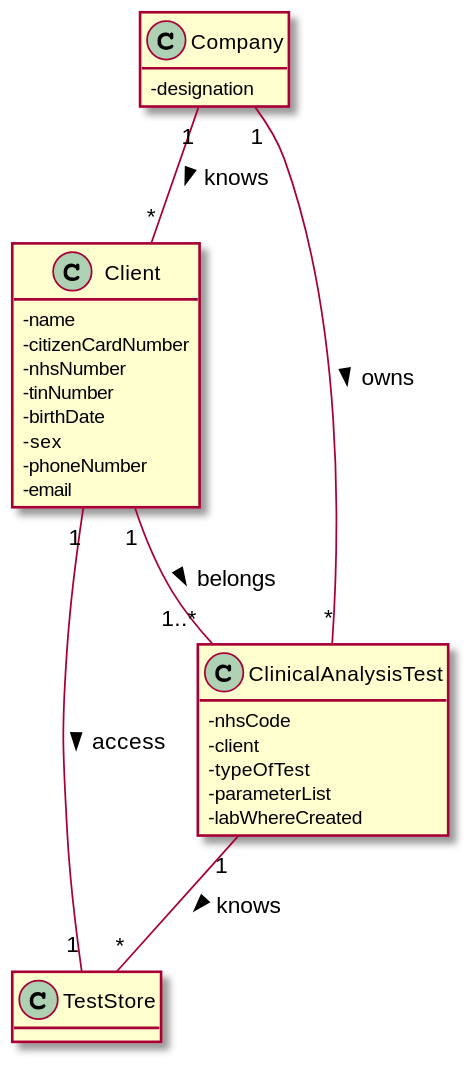
Above: docs/SprintD/US1/UC1_MD.svg in GuilhermeCunha79/lapr2 (PlantUML), before the change.
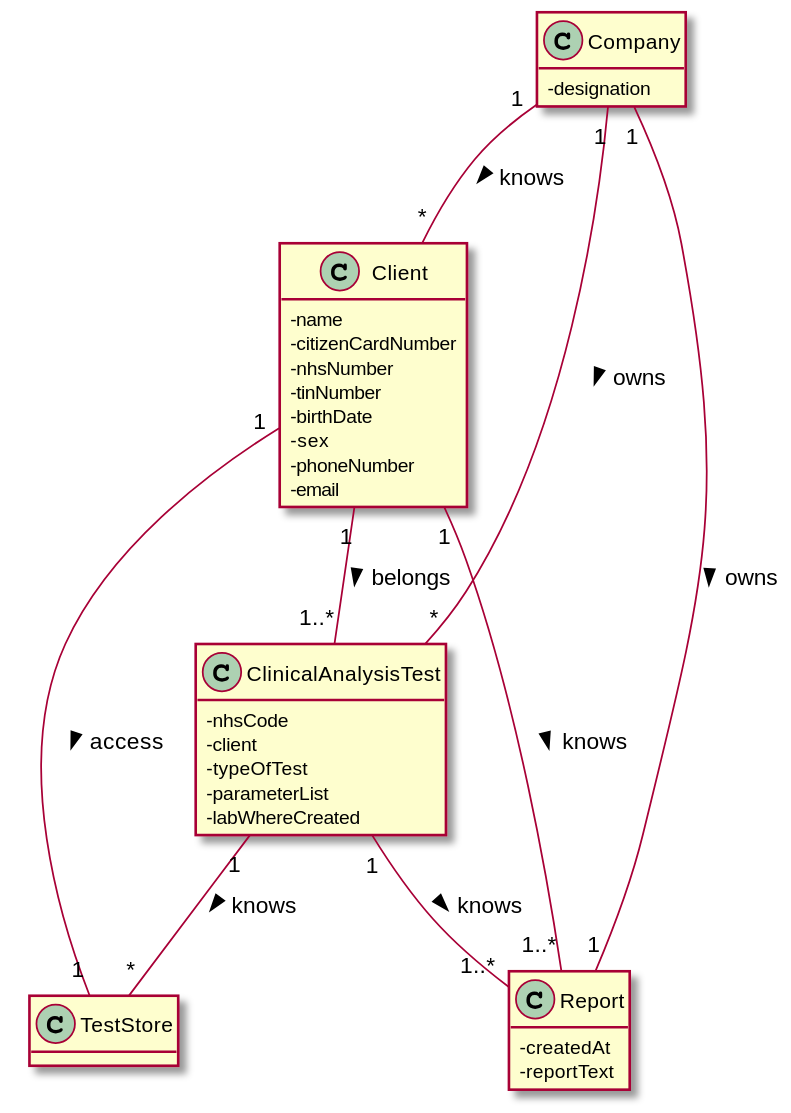
Later version of the same file.

Change to the diagram source:
```diff
@@ -24,14 +24,22 @@
 - parameterList
 - labWhereCreated
 }
+class Report {
+- createdAt
+- reportText
+}
 
 
 
 Company"1" -- "*"Client :> knows
 
 Company "1" -- "*" ClinicalAnalysisTest :> owns
+Company "1" -- "1" Report :> owns
 Client "1" -- "1..*" ClinicalAnalysisTest :> belongs
 Client "1" -- "1" TestStore :> access
 ClinicalAnalysisTest "1" -- "*" TestStore :> knows
+ClinicalAnalysisTest "1" -- "1..*" Report :> knows
+Client "1" -- "1..*" Report :> knows
+
 
 @enduml
```
